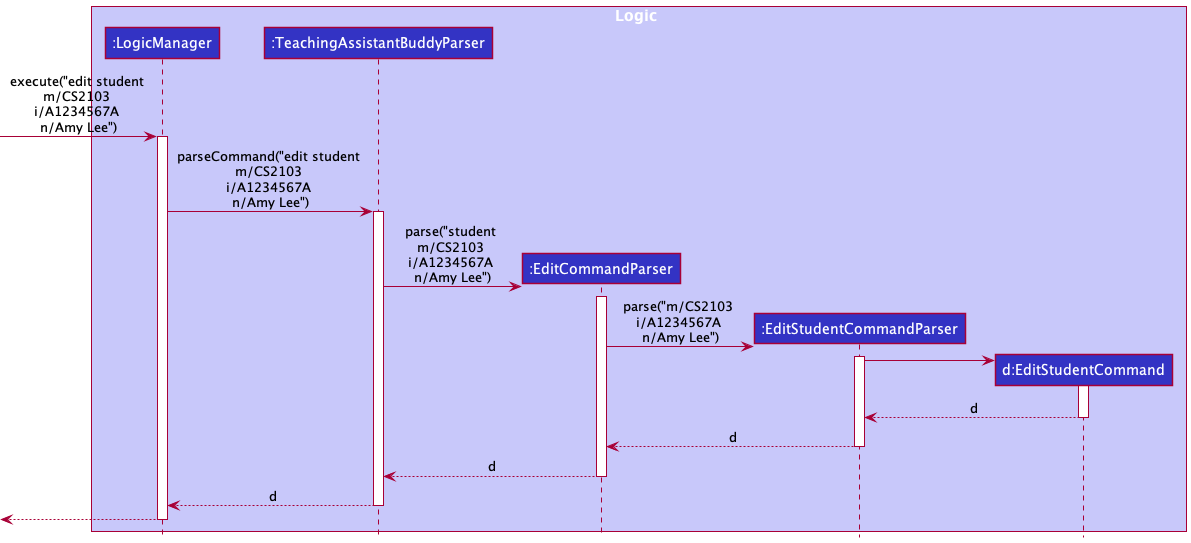
The PlantUML diagram docs/images/EditStudentSequenceDiagram1.png in nus-cs2103-AY2122S1/tp, before a commit.
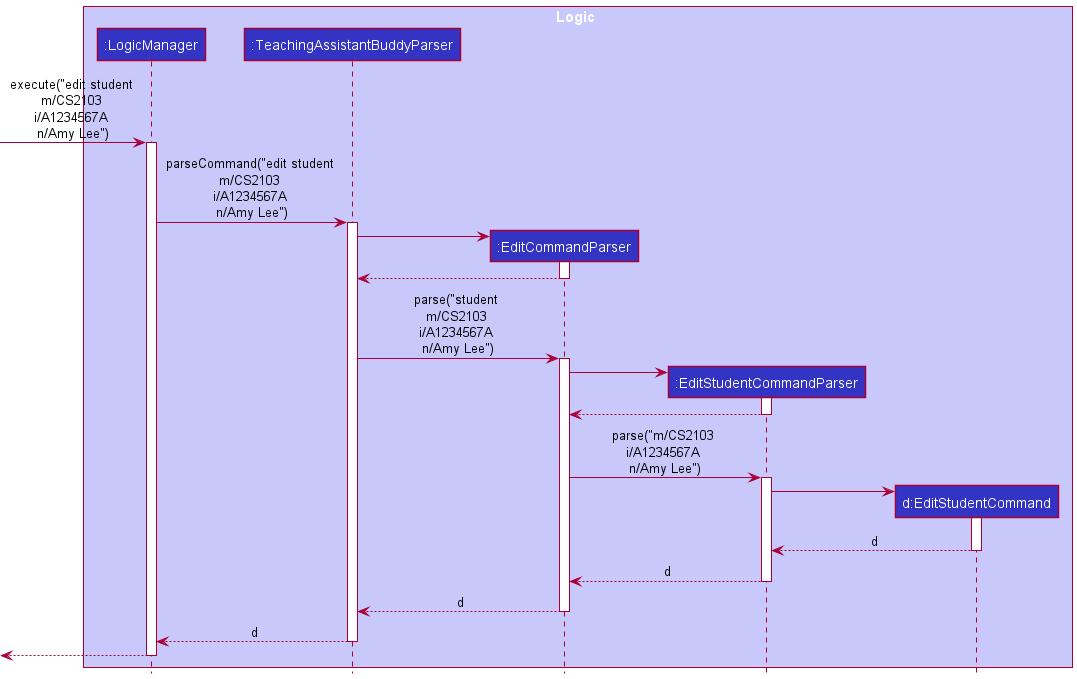
Later version of the same file.

The edit, as a diff of the source:
```diff
@@ -1,5 +1,5 @@
 @startuml
-!include style.puml
+!include ../style.puml
 
 box Logic LOGIC_COLOR_T1
 participant ":LogicManager" as LogicManager LOGIC_COLOR
@@ -16,10 +16,20 @@
 activate TeachingAssistantBuddyParser
 
 create EditCommandParser
+TeachingAssistantBuddyParser -> EditCommandParser
+activate EditCommandParser
+EditCommandParser --> TeachingAssistantBuddyParser
+deactivate EditCommandParser
+
 TeachingAssistantBuddyParser -> EditCommandParser : parse("student \nm/CS2103 \ni/A1234567A \nn/Amy Lee")
 activate EditCommandParser
 
 create EditStudentCommandParser
+EditCommandParser -> EditStudentCommandParser
+activate EditStudentCommandParser
+EditStudentCommandParser --> EditCommandParser
+deactivate EditStudentCommandParser
+
 EditCommandParser -> EditStudentCommandParser : parse("m/CS2103 \ni/A1234567A \nn/Amy Lee")
 activate EditStudentCommandParser
 
```
